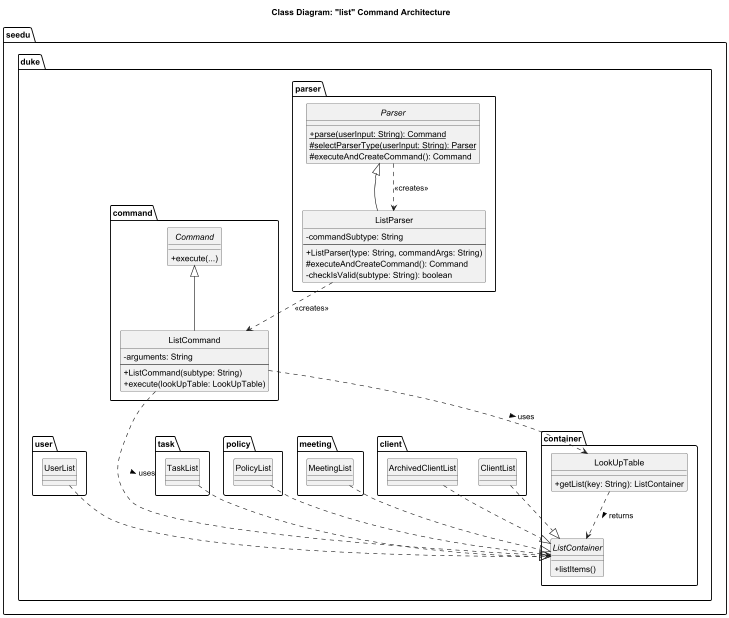
Above: docs/umldiagrams/list_cd.png in ZT712002/tp (PlantUML), before the change.
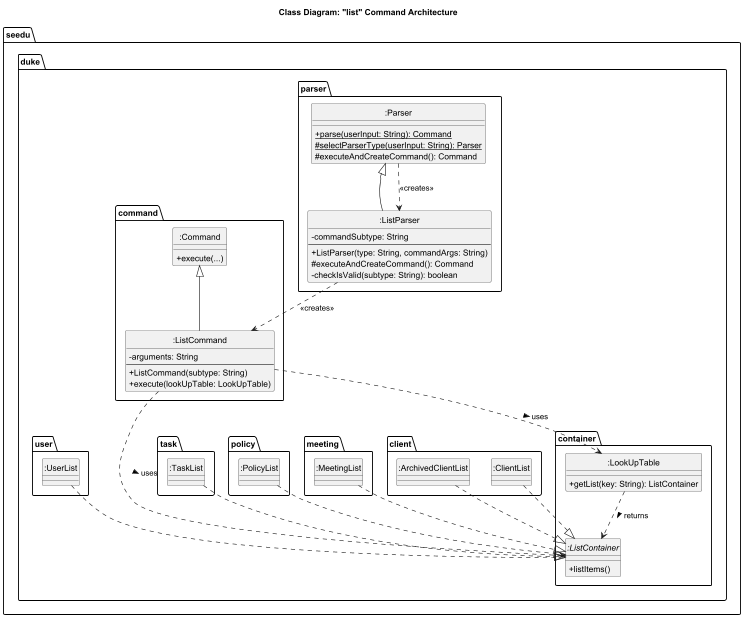
After the commit.

Commit message:
Refactor List Class Diagram

The edit, as a diff of the source:
```diff
@@ -10,13 +10,13 @@
 
 
 package seedu.duke.parser {
-    abstract class Parser {
+    class :Parser {
         + {static} parse(userInput: String): Command
         # {static} selectParserType(userInput: String): Parser
         # executeAndCreateCommand(): Command
     }
 
-    class ListParser {
+    class :ListParser {
         - commandSubtype: String
         --
         + ListParser(type: String, commandArgs: String)
@@ -26,11 +26,11 @@
 }
 
 package seedu.duke.command {
-    abstract class Command {
+    class :Command {
         + execute(...)
     }
 
-    class ListCommand {
+    class :ListCommand {
         - arguments: String
         --
         + ListCommand(subtype: String)
@@ -39,48 +39,48 @@
 }
 
 package seedu.duke.container {
-    interface ListContainer {
+    interface :ListContainer {
         + listItems()
     }
 
-    class LookUpTable {
+    class :LookUpTable {
         + getList(key: String): ListContainer
     }
 }
 
 package seedu.duke.client {
-    class ClientList
-    class ArchivedClientList
+    class :ClientList
+    class :ArchivedClientList
 }
 package seedu.duke.meeting {
-    class MeetingList
+    class :MeetingList
 }
 package seedu.duke.policy {
-    class PolicyList
+    class :PolicyList
 }
 package seedu.duke.task {
-    class TaskList
+    class :TaskList
 }
 package seedu.duke.user {
-    class UserList
+    class :UserList
 }
 
 
 
-Parser <|-- ListParser
-Command <|-- ListCommand
+":Parser" <|-- ":ListParser"
+":Command" <|-- ":ListCommand"
 
-ClientList ..|> ListContainer
-ArchivedClientList ..|> ListContainer
-MeetingList ..|> ListContainer
-PolicyList ..|> ListContainer
-TaskList ..|> ListContainer
-UserList ..|> ListContainer
+":ClientList" ..|> ":ListContainer"
+":ArchivedClientList" ..|> ":ListContainer"
+":MeetingList" ..|> ":ListContainer"
+":PolicyList" ..|> ":ListContainer"
+":TaskList" ..|> ":ListContainer"
+":UserList" ..|> ":ListContainer"
 
-Parser ..> ListParser : <<creates>>
-ListParser ..> ListCommand : <<creates>>
-ListCommand ..> LookUpTable : uses >
-ListCommand ..> ListContainer : uses >
-LookUpTable ..> ListContainer : returns >
+":Parser" ..> ":ListParser" : <<creates>>
+":ListParser" ..> ":ListCommand" : <<creates>>
+":ListCommand" ..> ":LookUpTable" : uses >
+":ListCommand" ..> ":ListContainer" : uses >
+":LookUpTable" ..> ":ListContainer" : returns >
 
 @enduml
```
